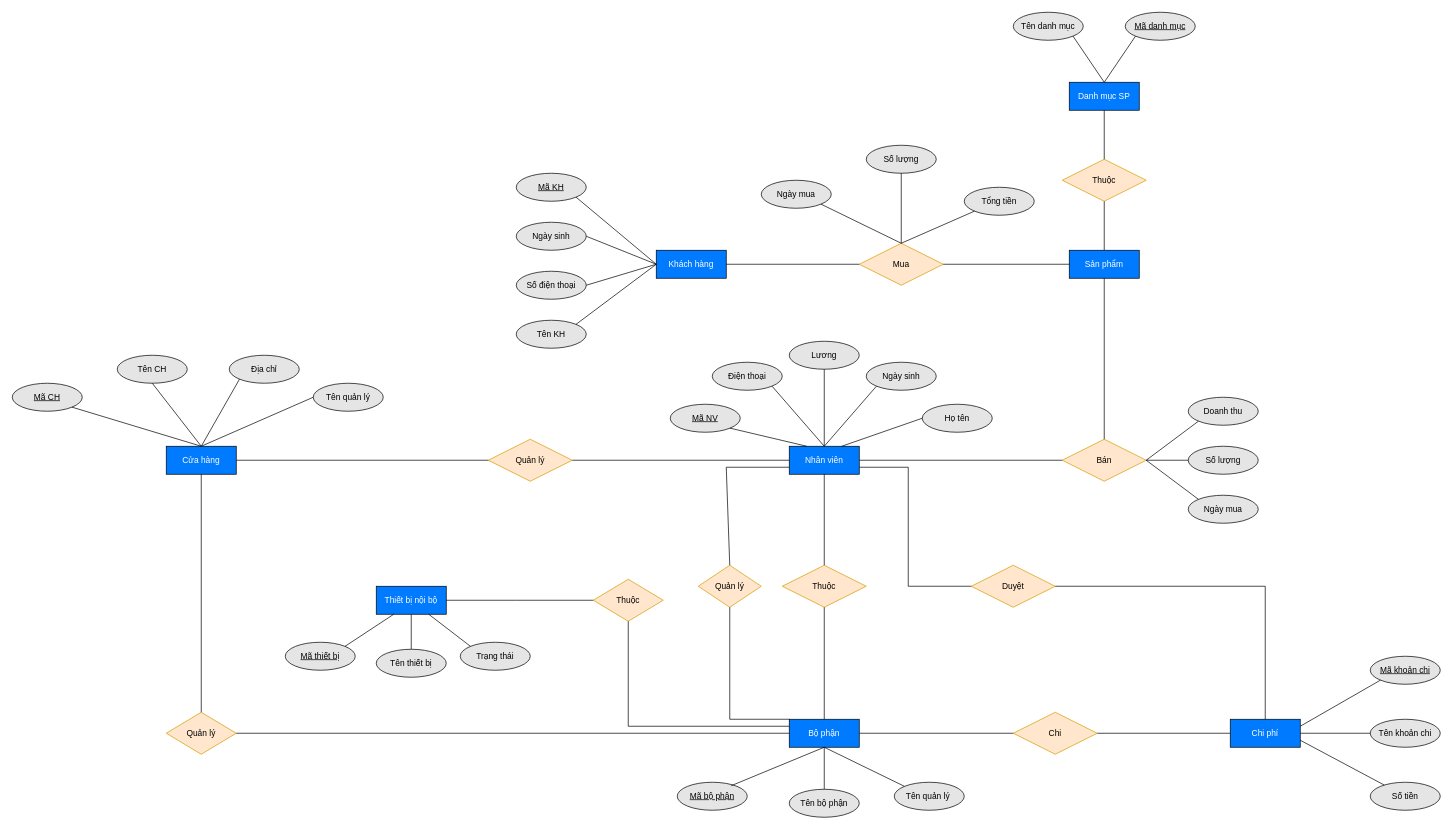
Above: ERD HTTT.drawio in NightFury712/Test (draw.io), before the change. Source tidied: cells renumbered, new cells numbered last; positions are measured from the earlier drawing's top-left corner, leaving out a move shared by most shapes. Both pictures are drawn from the tidied source at 70%, with x=0, y=0 at pixel (12, 12).
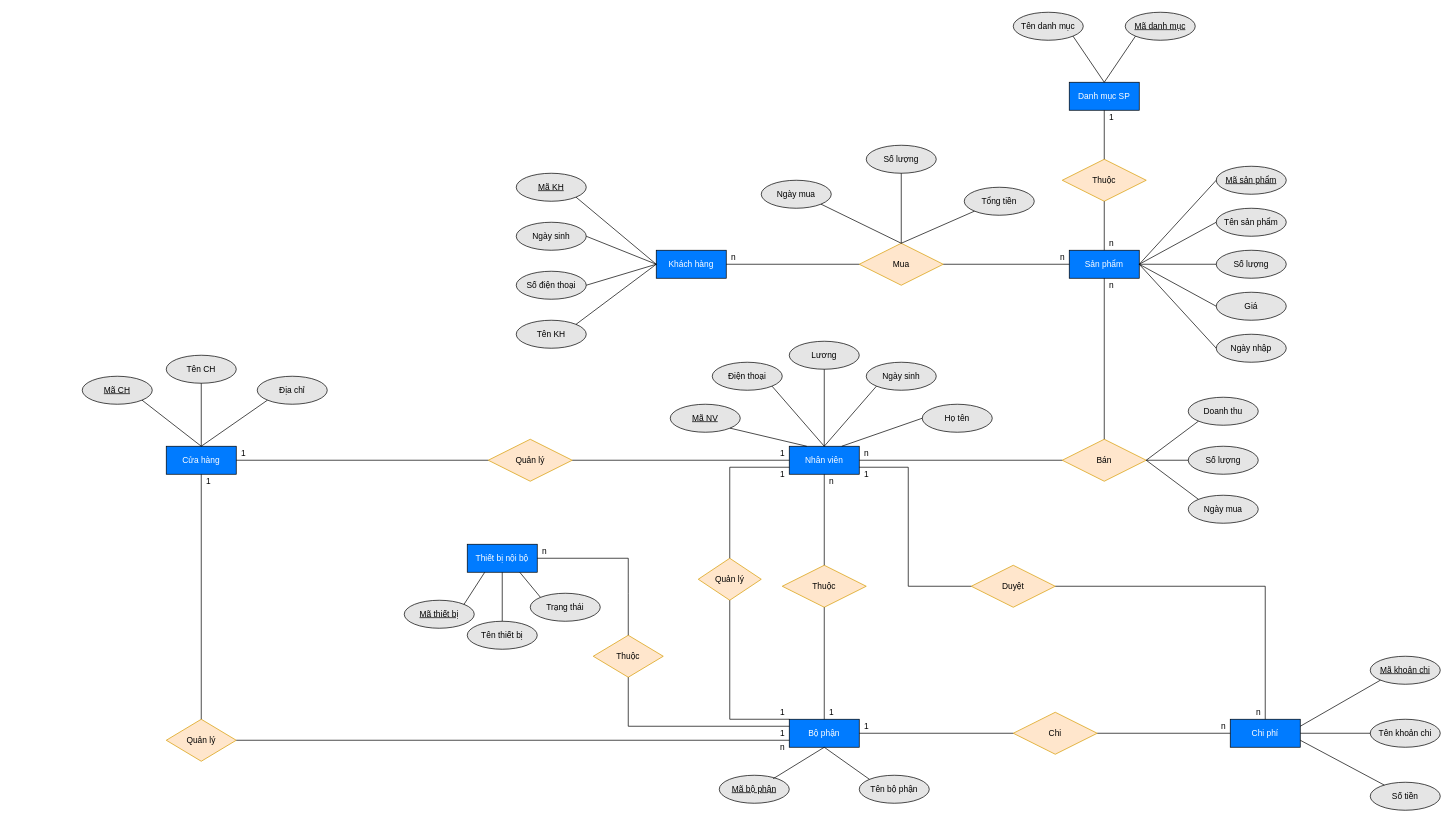
The same diagram, later.

The change refers to these unchanged cells:
```xml
<mxCell id="2" value="Cửa hàng" style="whiteSpace=wrap;html=1;align=center;fillColor=#007bff;strokeColor=#000000;fontColor=#FFFFFF;" parent="1" vertex="1">
  <mxGeometry x="220" y="620" width="100" height="40" as="geometry" />
</mxCell>
<mxCell id="12" value="Bộ phận" style="whiteSpace=wrap;html=1;align=center;fillColor=#007bff;strokeColor=#000000;fontColor=#FFFFFF;" parent="1" vertex="1">
  <mxGeometry x="1110" y="1010" width="100" height="40" as="geometry" />
</mxCell>
<mxCell id="18" value="Nhân viên" style="whiteSpace=wrap;html=1;align=center;fillColor=#007bff;strokeColor=#000000;fontColor=#FFFFFF;" parent="1" vertex="1">
  <mxGeometry x="1110" y="620" width="100" height="40" as="geometry" />
</mxCell>
<mxCell id="19" value="Sản phẩm" style="whiteSpace=wrap;html=1;align=center;fillColor=#007bff;strokeColor=#000000;fontColor=#FFFFFF;" parent="1" vertex="1">
  <mxGeometry x="1510" y="340" width="100" height="40" as="geometry" />
</mxCell>
```

What changed in the source:
```diff
@@
     <mxCell id="3" value="Địa chỉ" style="ellipse;whiteSpace=wrap;html=1;align=center;labelBackgroundColor=#;fontColor=#000000;strokeColor=#000000;fillColor=#e5e5e5;" parent="1" vertex="1">
-      <mxGeometry x="310" y="490" width="100" height="40" as="geometry" />
+      <mxGeometry x="350" y="520" width="100" height="40" as="geometry" />
     </mxCell>
@@
     <mxCell id="5" value="Mã CH" style="ellipse;whiteSpace=wrap;html=1;align=center;fontStyle=4;labelBackgroundColor=#;fontColor=#000000;strokeColor=#000000;fillColor=#e5e5e5;" parent="1" vertex="1">
-      <mxGeometry y="530" width="100" height="40" as="geometry" />
+      <mxGeometry x="100" y="520" width="100" height="40" as="geometry" />
     </mxCell>
     <mxCell id="6" value="Tên CH" style="ellipse;whiteSpace=wrap;html=1;align=center;labelBackgroundColor=#;fontColor=#000000;strokeColor=#000000;fillColor=#e5e5e5;" parent="1" vertex="1">
-      <mxGeometry x="150" y="490" width="100" height="40" as="geometry" />
+      <mxGeometry x="220" y="490" width="100" height="40" as="geometry" />
     </mxCell>
-    <mxCell id="7" value="Quản lý" style="shape=rhombus;perimeter=rhombusPerimeter;whiteSpace=wrap;html=1;align=center;labelBackgroundColor=#;strokeColor=#d79b00;fillColor=#ffe6cc;" parent="1" vertex="1">
-      <mxGeometry x="220" y="1000" width="100" height="60" as="geometry" />
-    </mxCell>
     <mxCell id="8" value="Thiết bị nội bộ" style="whiteSpace=wrap;html=1;align=center;fillColor=#007bff;strokeColor=#000000;fontColor=#FFFFFF;" parent="1" vertex="1">
-      <mxGeometry x="520" y="820" width="100" height="40" as="geometry" />
+      <mxGeometry x="650" y="760" width="100" height="40" as="geometry" />
     </mxCell>
     <mxCell id="9" value="Tên thiết bị" style="ellipse;whiteSpace=wrap;html=1;align=center;labelBackgroundColor=#;fontColor=#000000;strokeColor=#000000;fillColor=#e5e5e5;" parent="1" vertex="1">
-      <mxGeometry x="520" y="910" width="100" height="40" as="geometry" />
+      <mxGeometry x="650" y="870" width="100" height="40" as="geometry" />
     </mxCell>
     <mxCell id="10" value="Trạng thái" style="ellipse;whiteSpace=wrap;html=1;align=center;labelBackgroundColor=#;fontColor=#000000;strokeColor=#000000;fillColor=#e5e5e5;" parent="1" vertex="1">
-      <mxGeometry x="640" y="900" width="100" height="40" as="geometry" />
+      <mxGeometry x="740" y="830" width="100" height="40" as="geometry" />
     </mxCell>
     <mxCell id="11" value="Mã thiết bị" style="ellipse;whiteSpace=wrap;html=1;align=center;fontStyle=4;labelBackgroundColor=#;fontColor=#000000;strokeColor=#000000;fillColor=#e5e5e5;" parent="1" vertex="1">
-      <mxGeometry x="390" y="900" width="100" height="40" as="geometry" />
+      <mxGeometry x="560" y="840" width="100" height="40" as="geometry" />
     </mxCell>
@@
     <mxCell id="42" value="Tên bộ phận" style="ellipse;whiteSpace=wrap;html=1;align=center;labelBackgroundColor=#;fontColor=#000000;strokeColor=#000000;fillColor=#e5e5e5;" parent="1" vertex="1">
-      <mxGeometry x="1110" y="1110" width="100" height="40" as="geometry" />
+      <mxGeometry x="1210" y="1090" width="100" height="40" as="geometry" />
     </mxCell>
     <mxCell id="43" value="Mã bộ phận" style="ellipse;whiteSpace=wrap;html=1;align=center;fontStyle=4;labelBackgroundColor=#;fontColor=#000000;strokeColor=#000000;fillColor=#e5e5e5;" parent="1" vertex="1">
-      <mxGeometry x="950" y="1100" width="100" height="40" as="geometry" />
+      <mxGeometry x="1010" y="1090" width="100" height="40" as="geometry" />
     </mxCell>
@@
-    <mxCell id="47" style="endArrow=none;html=1;rounded=0;entryX=0.5;entryY=1;entryDx=0;entryDy=0;" parent="1" edge="1" source="7" target="2">
-      <mxGeometry relative="1" as="geometry" />
-    </mxCell>
@@
-    <mxCell id="54" style="endArrow=none;html=1;rounded=0;exitX=0.5;exitY=0;exitDx=0;exitDy=0;entryX=0.5;entryY=1;entryDx=0;entryDy=0;" parent="1" edge="1" source="42" target="12">
+    <mxCell id="54" style="endArrow=none;html=1;rounded=0;exitX=0;exitY=0;exitDx=0;exitDy=0;entryX=0.5;entryY=1;entryDx=0;entryDy=0;" parent="1" edge="1" source="42" target="12">
       <mxGeometry relative="1" as="geometry" />
     </mxCell>
@@
     <mxCell id="80" value="Thuộc" style="shape=rhombus;perimeter=rhombusPerimeter;whiteSpace=wrap;html=1;align=center;labelBackgroundColor=#;strokeColor=#d79b00;fillColor=#ffe6cc;" parent="1" vertex="1">
-      <mxGeometry x="830" y="810" width="100" height="60" as="geometry" />
+      <mxGeometry x="830" y="890" width="100" height="60" as="geometry" />
     </mxCell>
@@
-    <mxCell id="84" style="endArrow=none;html=1;rounded=0;exitX=0;exitY=0.5;exitDx=0;exitDy=0;entryX=1;entryY=0.5;entryDx=0;entryDy=0;" parent="1" edge="1" source="80" target="8">
+    <mxCell id="84" style="endArrow=none;html=1;rounded=0;exitX=0.5;exitY=0;exitDx=0;exitDy=0;entryX=1;entryY=0.5;entryDx=0;entryDy=0;" parent="1" edge="1" source="80" target="8">
       <mxGeometry relative="1" as="geometry">
         <Array as="points">
-          <mxPoint x="720" y="840" />
+          <mxPoint x="880" y="830" />
+          <mxPoint x="880" y="780" />
         </Array>
       </mxGeometry>
     </mxCell>
-    <mxCell id="85" style="endArrow=none;html=1;rounded=0;entryX=0.5;entryY=1;entryDx=0;entryDy=0;exitX=0;exitY=0.25;exitDx=0;exitDy=0;" parent="1" edge="1" source="12" target="80">
-      <mxGeometry relative="1" as="geometry">
-        <Array as="points">
-          <mxPoint x="880" y="1020" />
-        </Array>
-      </mxGeometry>
-    </mxCell>
@@
-    <mxCell id="92" value="Tên quản lý" style="ellipse;whiteSpace=wrap;html=1;align=center;labelBackgroundColor=#;fontColor=#000000;strokeColor=#000000;fillColor=#e5e5e5;" parent="1" vertex="1">
-      <mxGeometry x="430" y="530" width="100" height="40" as="geometry" />
-    </mxCell>
-    <mxCell id="93" style="endArrow=none;html=1;rounded=0;exitX=0;exitY=0.5;exitDx=0;exitDy=0;entryX=0.5;entryY=0;entryDx=0;entryDy=0;" parent="1" edge="1" source="92" target="2">
-      <mxGeometry relative="1" as="geometry" />
-    </mxCell>
-    <mxCell id="94" value="Tên quản lý&amp;nbsp;" style="ellipse;whiteSpace=wrap;html=1;align=center;labelBackgroundColor=#;fontColor=#000000;strokeColor=#000000;fillColor=#e5e5e5;" parent="1" vertex="1">
-      <mxGeometry x="1260" y="1100" width="100" height="40" as="geometry" />
-    </mxCell>
-    <mxCell id="95" style="endArrow=none;html=1;rounded=0;exitX=0;exitY=0;exitDx=0;exitDy=0;entryX=0.5;entryY=1;entryDx=0;entryDy=0;" parent="1" edge="1" source="94" target="12">
-      <mxGeometry relative="1" as="geometry" />
-    </mxCell>
-    <mxCell id="96" style="endArrow=none;html=1;rounded=0;exitX=1;exitY=0.5;exitDx=0;exitDy=0;entryX=0;entryY=0.5;entryDx=0;entryDy=0;" parent="1" edge="1" source="7" target="12">
-      <mxGeometry relative="1" as="geometry" />
-    </mxCell>
     <mxCell id="97" value="Quản lý" style="shape=rhombus;perimeter=rhombusPerimeter;whiteSpace=wrap;html=1;align=center;labelBackgroundColor=#;strokeColor=#d79b00;fillColor=#ffe6cc;" parent="1" vertex="1">
-      <mxGeometry x="980" y="790" width="90" height="60" as="geometry" />
+      <mxGeometry x="980" y="780" width="90" height="60" as="geometry" />
     </mxCell>
@@
     <mxCell id="99" style="endArrow=none;html=1;rounded=0;entryX=0;entryY=0.75;entryDx=0;entryDy=0;exitX=0.5;exitY=0;exitDx=0;exitDy=0;" parent="1" edge="1" source="97" target="18">
       <mxGeometry relative="1" as="geometry">
         <Array as="points">
-          <mxPoint x="1020" y="650" />
+          <mxPoint x="1025" y="650" />
         </Array>
       </mxGeometry>
     </mxCell>
+    <mxCell id="100" style="endArrow=none;html=1;rounded=0;exitX=0.5;exitY=1;exitDx=0;exitDy=0;entryX=0;entryY=0.25;entryDx=0;entryDy=0;" parent="1" edge="1" source="80" target="12">
+      <mxGeometry relative="1" as="geometry">
+        <Array as="points">
+          <mxPoint x="880" y="1020" />
+        </Array>
+      </mxGeometry>
+    </mxCell>
+    <mxCell id="101" value="n" style="text;html=1;align=center;verticalAlign=middle;strokeColor=none;fillColor=none;" parent="1" vertex="1">
+      <mxGeometry x="1090" y="1040" width="20" height="20" as="geometry" />
+    </mxCell>
+    <mxCell id="102" value="1" style="text;html=1;align=center;verticalAlign=middle;strokeColor=none;fillColor=none;" parent="1" vertex="1">
+      <mxGeometry x="1090" y="1020" width="20" height="20" as="geometry" />
+    </mxCell>
+    <mxCell id="7" value="Quản lý" style="shape=rhombus;perimeter=rhombusPerimeter;whiteSpace=wrap;html=1;align=center;labelBackgroundColor=#;strokeColor=#d79b00;fillColor=#ffe6cc;" parent="1" vertex="1">
+      <mxGeometry x="220" y="1010" width="100" height="60" as="geometry" />
+    </mxCell>
+    <mxCell id="47" style="endArrow=none;html=1;rounded=0;entryX=0.5;entryY=1;entryDx=0;entryDy=0;" parent="1" edge="1" source="7" target="2">
+      <mxGeometry relative="1" as="geometry" />
+    </mxCell>
+    <mxCell id="103" value="1" style="text;html=1;align=center;verticalAlign=middle;strokeColor=none;fillColor=none;" parent="1" vertex="1">
+      <mxGeometry x="320" y="620" width="20" height="20" as="geometry" />
+    </mxCell>
+    <mxCell id="104" value="1" style="text;html=1;align=center;verticalAlign=middle;strokeColor=none;fillColor=none;" parent="1" vertex="1">
+      <mxGeometry x="1090" y="620" width="20" height="20" as="geometry" />
+    </mxCell>
+    <mxCell id="105" value="1" style="text;html=1;align=center;verticalAlign=middle;strokeColor=none;fillColor=none;" parent="1" vertex="1">
+      <mxGeometry x="1090" y="650" width="20" height="20" as="geometry" />
+    </mxCell>
+    <mxCell id="106" value="1" style="text;html=1;align=center;verticalAlign=middle;strokeColor=none;fillColor=none;" parent="1" vertex="1">
+      <mxGeometry x="1090" y="990" width="20" height="20" as="geometry" />
+    </mxCell>
+    <mxCell id="107" value="1" style="text;html=1;align=center;verticalAlign=middle;strokeColor=none;fillColor=none;" parent="1" vertex="1">
+      <mxGeometry x="1160" y="990" width="20" height="20" as="geometry" />
+    </mxCell>
+    <mxCell id="108" value="n" style="text;html=1;align=center;verticalAlign=middle;strokeColor=none;fillColor=none;" parent="1" vertex="1">
+      <mxGeometry x="1160" y="660" width="20" height="20" as="geometry" />
+    </mxCell>
+    <mxCell id="109" value="n" style="text;html=1;align=center;verticalAlign=middle;strokeColor=none;fillColor=none;" parent="1" vertex="1">
+      <mxGeometry x="1210" y="620" width="20" height="20" as="geometry" />
+    </mxCell>
+    <mxCell id="110" value="n" style="text;html=1;align=center;verticalAlign=middle;strokeColor=none;fillColor=none;" parent="1" vertex="1">
+      <mxGeometry x="1560" y="380" width="20" height="20" as="geometry" />
+    </mxCell>
+    <mxCell id="111" value="n" style="text;html=1;align=center;verticalAlign=middle;strokeColor=none;fillColor=none;" parent="1" vertex="1">
+      <mxGeometry x="1560" y="320" width="20" height="20" as="geometry" />
+    </mxCell>
+    <mxCell id="112" value="1" style="text;html=1;align=center;verticalAlign=middle;strokeColor=none;fillColor=none;" parent="1" vertex="1">
+      <mxGeometry x="1560" y="140" width="20" height="20" as="geometry" />
+    </mxCell>
+    <mxCell id="113" value="n" style="text;html=1;align=center;verticalAlign=middle;strokeColor=none;fillColor=none;" parent="1" vertex="1">
+      <mxGeometry x="1020" y="340" width="20" height="20" as="geometry" />
+    </mxCell>
+    <mxCell id="114" value="n" style="text;html=1;align=center;verticalAlign=middle;strokeColor=none;fillColor=none;" parent="1" vertex="1">
+      <mxGeometry x="1490" y="340" width="20" height="20" as="geometry" />
+    </mxCell>
+    <mxCell id="115" value="1" style="text;html=1;align=center;verticalAlign=middle;strokeColor=none;fillColor=none;" parent="1" vertex="1">
+      <mxGeometry x="1210" y="650" width="20" height="20" as="geometry" />
+    </mxCell>
+    <mxCell id="116" value="n" style="text;html=1;align=center;verticalAlign=middle;strokeColor=none;fillColor=none;" parent="1" vertex="1">
+      <mxGeometry x="1770" y="990" width="20" height="20" as="geometry" />
+    </mxCell>
+    <mxCell id="117" value="n" style="text;html=1;align=center;verticalAlign=middle;strokeColor=none;fillColor=none;" parent="1" vertex="1">
+      <mxGeometry x="1720" y="1010" width="20" height="20" as="geometry" />
+    </mxCell>
+    <mxCell id="118" value="1" style="text;html=1;align=center;verticalAlign=middle;strokeColor=none;fillColor=none;" parent="1" vertex="1">
+      <mxGeometry x="1210" y="1010" width="20" height="20" as="geometry" />
+    </mxCell>
+    <mxCell id="119" value="Tên sản phẩm" style="ellipse;whiteSpace=wrap;html=1;align=center;labelBackgroundColor=#;fontColor=#000000;strokeColor=#000000;fillColor=#e5e5e5;" parent="1" vertex="1">
+      <mxGeometry x="1720" y="280" width="100" height="40" as="geometry" />
+    </mxCell>
+    <mxCell id="120" value="Mã sản phẩm" style="ellipse;whiteSpace=wrap;html=1;align=center;fontStyle=4;labelBackgroundColor=#;fontColor=#000000;strokeColor=#000000;fillColor=#e5e5e5;" parent="1" vertex="1">
+      <mxGeometry x="1720" y="220" width="100" height="40" as="geometry" />
+    </mxCell>
+    <mxCell id="121" value="Số lượng" style="ellipse;whiteSpace=wrap;html=1;align=center;labelBackgroundColor=#;fontColor=#000000;strokeColor=#000000;fillColor=#e5e5e5;" parent="1" vertex="1">
+      <mxGeometry x="1720" y="340" width="100" height="40" as="geometry" />
+    </mxCell>
+    <mxCell id="122" value="Giá" style="ellipse;whiteSpace=wrap;html=1;align=center;labelBackgroundColor=#;fontColor=#000000;strokeColor=#000000;fillColor=#e5e5e5;" parent="1" vertex="1">
+      <mxGeometry x="1720" y="400" width="100" height="40" as="geometry" />
+    </mxCell>
+    <mxCell id="123" value="Ngày nhập" style="ellipse;whiteSpace=wrap;html=1;align=center;labelBackgroundColor=#;fontColor=#000000;strokeColor=#000000;fillColor=#e5e5e5;" parent="1" vertex="1">
+      <mxGeometry x="1720" y="460" width="100" height="40" as="geometry" />
+    </mxCell>
+    <mxCell id="124" style="endArrow=none;html=1;rounded=0;exitX=1;exitY=0.5;exitDx=0;exitDy=0;entryX=0;entryY=0.5;entryDx=0;entryDy=0;" parent="1" edge="1" source="19" target="120">
+      <mxGeometry relative="1" as="geometry" />
+    </mxCell>
+    <mxCell id="125" style="endArrow=none;html=1;rounded=0;exitX=1;exitY=0.5;exitDx=0;exitDy=0;entryX=0;entryY=0.5;entryDx=0;entryDy=0;" parent="1" edge="1" source="19" target="119">
+      <mxGeometry relative="1" as="geometry" />
+    </mxCell>
+    <mxCell id="126" style="endArrow=none;html=1;rounded=0;exitX=1;exitY=0.5;exitDx=0;exitDy=0;entryX=0;entryY=0.5;entryDx=0;entryDy=0;" parent="1" edge="1" source="19" target="121">
+      <mxGeometry relative="1" as="geometry" />
+    </mxCell>
+    <mxCell id="127" style="endArrow=none;html=1;rounded=0;exitX=1;exitY=0.5;exitDx=0;exitDy=0;entryX=0;entryY=0.5;entryDx=0;entryDy=0;" parent="1" edge="1" source="19" target="122">
+      <mxGeometry relative="1" as="geometry" />
+    </mxCell>
+    <mxCell id="128" style="endArrow=none;html=1;rounded=0;exitX=1;exitY=0.5;exitDx=0;exitDy=0;entryX=0;entryY=0.5;entryDx=0;entryDy=0;" parent="1" edge="1" source="19" target="123">
+      <mxGeometry relative="1" as="geometry" />
+    </mxCell>
+    <mxCell id="96" style="endArrow=none;html=1;rounded=0;exitX=1;exitY=0.5;exitDx=0;exitDy=0;entryX=0;entryY=0.75;entryDx=0;entryDy=0;" parent="1" edge="1" source="7" target="12">
+      <mxGeometry relative="1" as="geometry" />
+    </mxCell>
+    <mxCell id="129" value="1" style="text;html=1;align=center;verticalAlign=middle;strokeColor=none;fillColor=none;" parent="1" vertex="1">
+      <mxGeometry x="270" y="660" width="20" height="20" as="geometry" />
+    </mxCell>
+    <mxCell id="130" value="n" style="text;html=1;align=center;verticalAlign=middle;strokeColor=none;fillColor=none;" parent="1" vertex="1">
+      <mxGeometry x="750" y="760" width="20" height="20" as="geometry" />
+    </mxCell>
```
